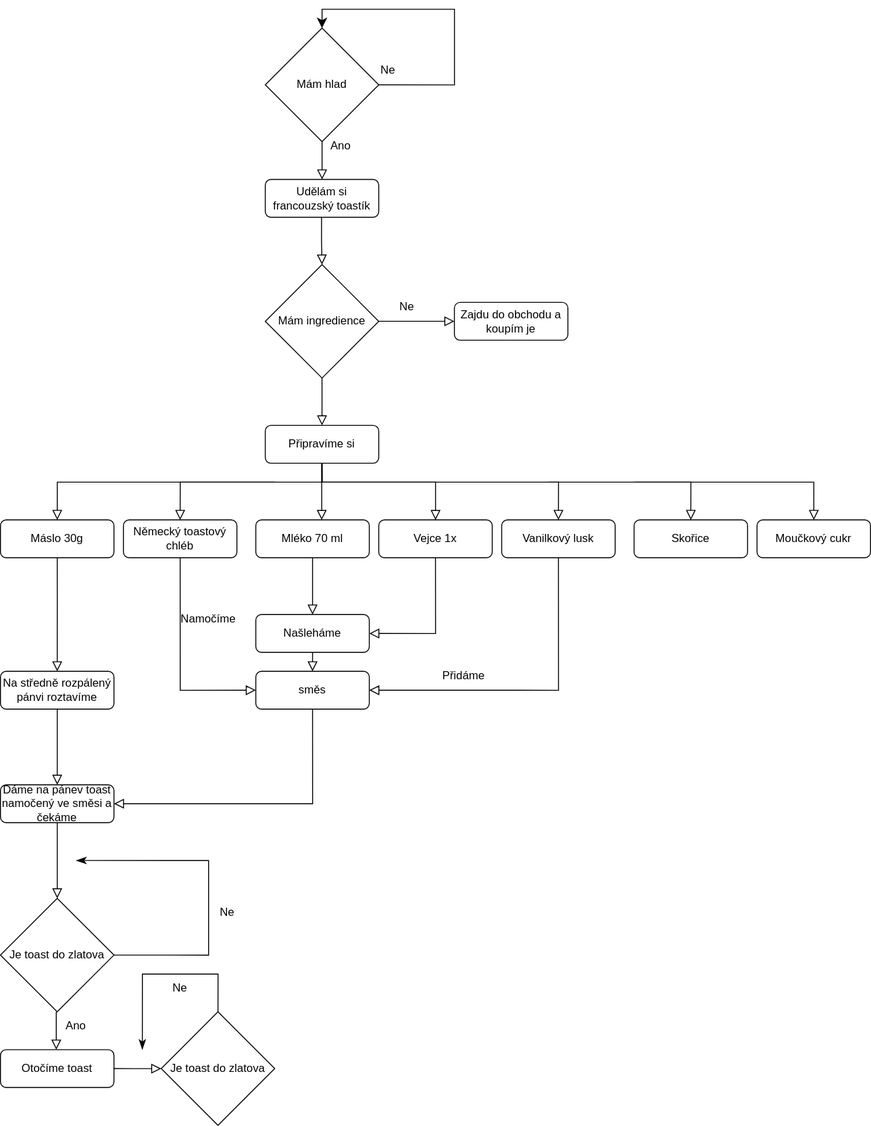
Lukypop/Diagram keeps this draw.io diagram as Toasts from nigeria.drawio.svg. Above is the earlier version. Source tidied: cells renumbered, new cells last; positions are measured from the earlier drawing's top-left corner, leaving out a move shared by most shapes.
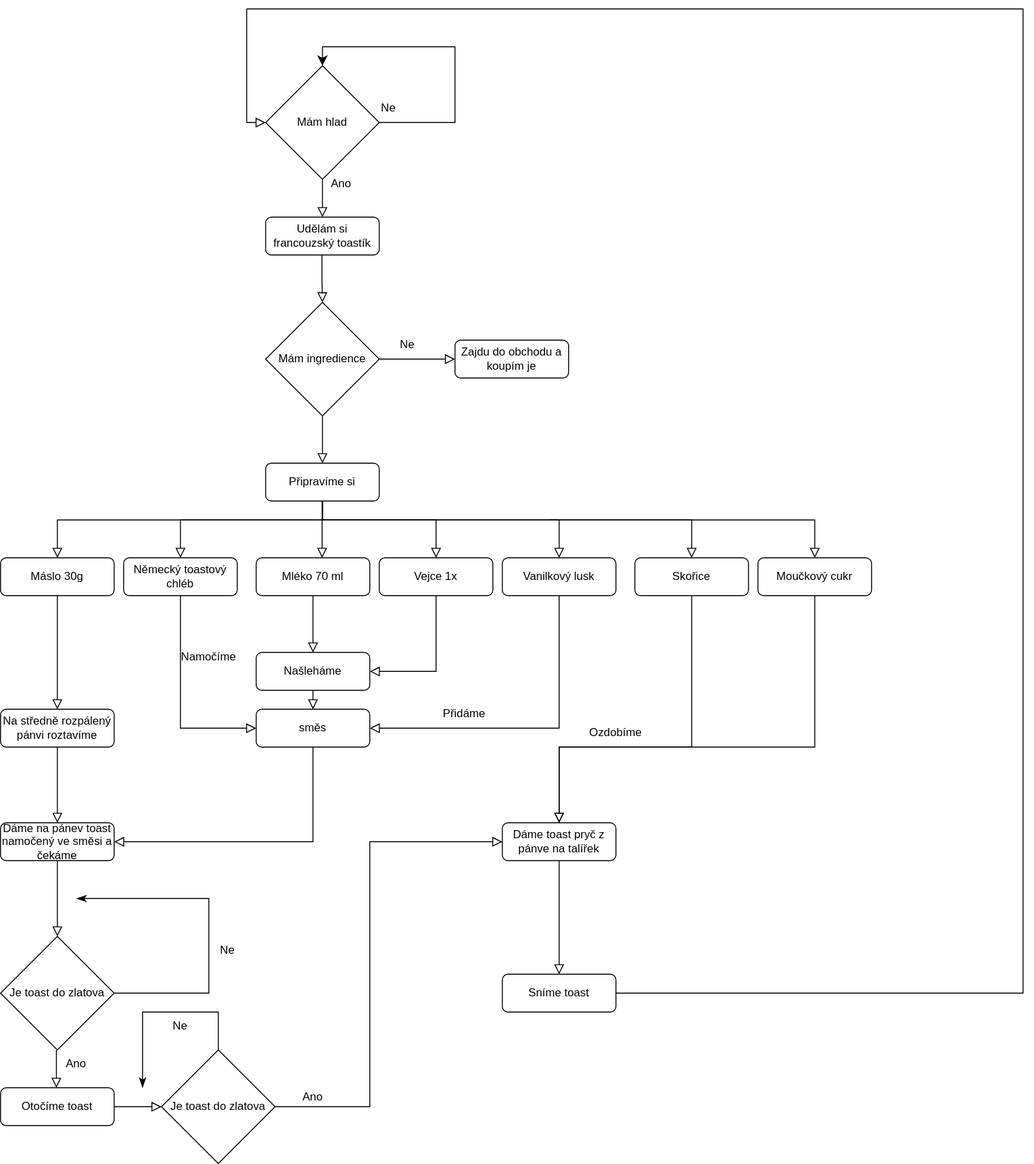
After the change.

Change to the diagram source:
```diff
@@ -128,7 +128,7 @@
     </mxCell>
     <mxCell id="27" style="html=1;jettySize=auto;orthogonalLoop=1;fontSize=11;endArrow=block;endFill=0;endSize=8;strokeWidth=1;shadow=0;labelBackgroundColor=none;edgeStyle=orthogonalEdgeStyle;rounded=0;" parent="1" edge="1">
       <mxGeometry relative="1" as="geometry">
-        <mxPoint x="670" y="500" as="sourcePoint" />
+        <mxPoint x="340" y="500" as="sourcePoint" />
         <mxPoint x="860" y="540" as="targetPoint" />
         <Array as="points">
           <mxPoint x="730" y="500" />
@@ -148,7 +148,7 @@
     </mxCell>
     <mxCell id="29" style="html=1;jettySize=auto;orthogonalLoop=1;fontSize=11;endArrow=block;endFill=0;endSize=8;strokeWidth=1;shadow=0;labelBackgroundColor=none;edgeStyle=orthogonalEdgeStyle;rounded=0;" parent="1" edge="1">
       <mxGeometry relative="1" as="geometry">
-        <mxPoint x="290" y="500" as="sourcePoint" />
+        <mxPoint x="340" y="500" as="sourcePoint" />
         <mxPoint x="60" y="540" as="targetPoint" />
         <Array as="points">
           <mxPoint x="210" y="500" />
@@ -282,5 +282,60 @@
         </Array>
       </mxGeometry>
     </mxCell>
+    <mxCell id="55" value="Dáme toast pryč z pánve na talířek" style="rounded=1;whiteSpace=wrap;html=1;fontSize=12;glass=0;strokeWidth=1;shadow=0;" parent="1" vertex="1">
+      <mxGeometry x="530" y="820" width="120" height="40" as="geometry" />
+    </mxCell>
+    <mxCell id="56" style="rounded=0;html=1;jettySize=auto;fontSize=11;endArrow=block;endFill=0;endSize=8;strokeWidth=1;shadow=0;labelBackgroundColor=none;edgeStyle=orthogonalEdgeStyle;exitX=1;exitY=0.5;exitDx=0;exitDy=0;entryX=0;entryY=0.5;entryDx=0;entryDy=0;" parent="1" edge="1" source="49" target="55">
+      <mxGeometry relative="1" as="geometry">
+        <Array as="points">
+          <mxPoint x="390" y="1120" />
+          <mxPoint x="390" y="840" />
+        </Array>
+      </mxGeometry>
+    </mxCell>
+    <mxCell id="57" style="rounded=0;html=1;jettySize=auto;fontSize=11;endArrow=block;endFill=0;endSize=8;strokeWidth=1;shadow=0;labelBackgroundColor=none;edgeStyle=orthogonalEdgeStyle;exitX=0.5;exitY=1;exitDx=0;exitDy=0;entryX=0.5;entryY=0;entryDx=0;entryDy=0;" parent="1" edge="1" target="55">
+      <mxGeometry relative="1" as="geometry">
+        <mxPoint x="860" y="580" as="sourcePoint" />
+        <Array as="points">
+          <mxPoint x="860" y="740" />
+          <mxPoint x="590" y="740" />
+        </Array>
+      </mxGeometry>
+    </mxCell>
+    <mxCell id="58" style="rounded=0;html=1;jettySize=auto;orthogonalLoop=1;fontSize=11;endArrow=block;endFill=0;endSize=8;strokeWidth=1;shadow=0;labelBackgroundColor=none;edgeStyle=orthogonalEdgeStyle;exitX=0.5;exitY=1;exitDx=0;exitDy=0;" parent="1" edge="1">
+      <mxGeometry relative="1" as="geometry">
+        <mxPoint x="730" y="580" as="sourcePoint" />
+        <mxPoint x="590" y="820" as="targetPoint" />
+        <Array as="points">
+          <mxPoint x="730" y="740" />
+          <mxPoint x="590" y="740" />
+          <mxPoint x="590" y="820" />
+        </Array>
+      </mxGeometry>
+    </mxCell>
+    <mxCell id="59" value="Ozdobíme" style="text;html=1;strokeColor=none;fillColor=none;align=center;verticalAlign=middle;whiteSpace=wrap;rounded=0;" parent="1" vertex="1">
+      <mxGeometry x="620" y="710" width="60" height="30" as="geometry" />
+    </mxCell>
+    <mxCell id="60" value="Sníme toast" style="rounded=1;whiteSpace=wrap;html=1;fontSize=12;glass=0;strokeWidth=1;shadow=0;" parent="1" vertex="1">
+      <mxGeometry x="530" y="980" width="120" height="40" as="geometry" />
+    </mxCell>
+    <mxCell id="61" style="rounded=0;html=1;jettySize=auto;fontSize=11;endArrow=block;endFill=0;endSize=8;strokeWidth=1;shadow=0;labelBackgroundColor=none;edgeStyle=orthogonalEdgeStyle;entryX=0.5;entryY=0;entryDx=0;entryDy=0;" parent="1" edge="1" target="60">
+      <mxGeometry relative="1" as="geometry">
+        <mxPoint x="590" y="860" as="sourcePoint" />
+      </mxGeometry>
+    </mxCell>
+    <mxCell id="62" style="rounded=0;html=1;jettySize=auto;fontSize=11;endArrow=block;endFill=0;endSize=8;strokeWidth=1;shadow=0;labelBackgroundColor=none;edgeStyle=orthogonalEdgeStyle;exitX=1;exitY=0.5;exitDx=0;exitDy=0;entryX=0;entryY=0.5;entryDx=0;entryDy=0;" parent="1" edge="1" source="60" target="9">
+      <mxGeometry relative="1" as="geometry">
+        <Array as="points">
+          <mxPoint x="1080" y="1000" />
+          <mxPoint x="1080" y="-40" />
+          <mxPoint x="260" y="-40" />
+          <mxPoint x="260" y="80" />
+        </Array>
+      </mxGeometry>
+    </mxCell>
+    <mxCell id="63" value="Ano" style="text;html=1;strokeColor=none;fillColor=none;align=center;verticalAlign=middle;whiteSpace=wrap;rounded=0;" parent="1" vertex="1">
+      <mxGeometry x="300" y="1100" width="60" height="20" as="geometry" />
+    </mxCell>
   </root>
 </mxGraphModel>
```
